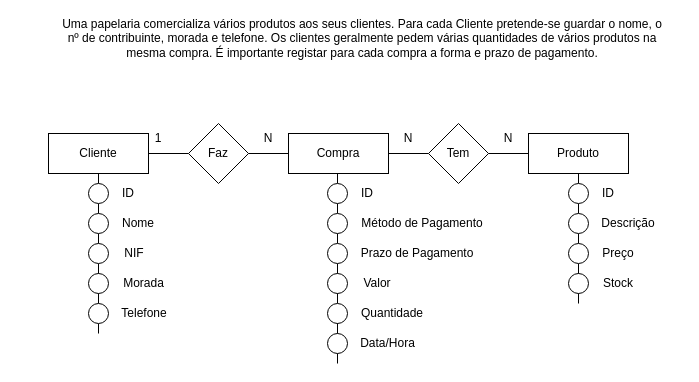
Before: page "Página-2" (2 of 6) of PL/PL01.drawio in f06cruz/Bases-Dados, a draw.io diagram. Source tidied: cells renumbered, new cells numbered last; positions are measured from the earlier drawing's top-left corner, leaving out a move shared by most shapes. Both pictures are drawn from the tidied source at 100%, with x=0, y=0 at pixel (42, 23).
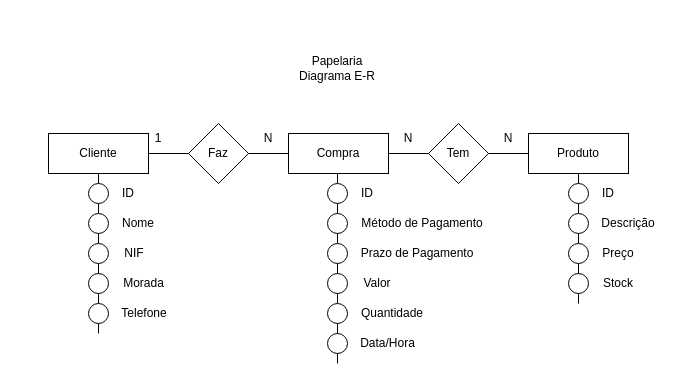
Above is the later version.

Change to the diagram source:
```diff
@@
-    <mxCell id="2" value="Uma papelaria comercializa vários produtos aos seus clientes. Para cada Cliente pretende-se guardar o nome, o &lt;br/&gt;nº de contribuinte, morada e telefone. Os clientes geralmente pedem várias quantidades de vários produtos na &lt;br/&gt;mesma compra. É importante registar para cada compra a forma e prazo de pagamento." style="text;html=1;whiteSpace=wrap;strokeColor=none;fillColor=none;align=center;verticalAlign=middle;rounded=0;" parent="1" vertex="1">
-      <mxGeometry width="640" height="30" as="geometry" />
+    <mxCell id="2" value="Papelaria&lt;div&gt;Diagrama E-R&lt;/div&gt;" style="text;html=1;whiteSpace=wrap;strokeColor=none;fillColor=none;align=center;verticalAlign=middle;rounded=0;" parent="1" vertex="1">
+      <mxGeometry x="-25" y="30" width="640" height="30" as="geometry" />
     </mxCell>
```
